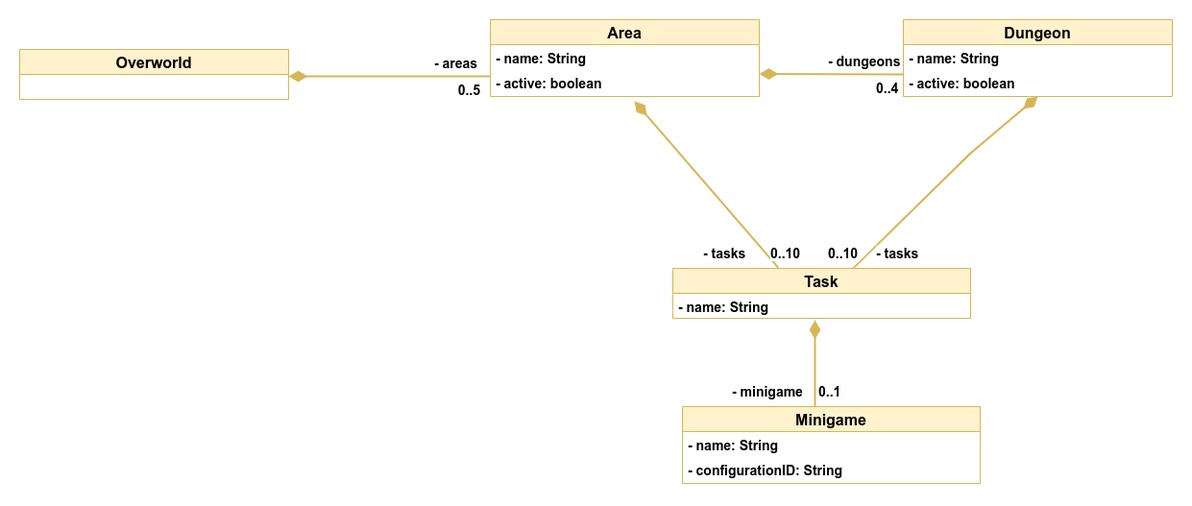
Before: dev-manuals/services/overworld/class-diagram/overworld-class-diagram.png, a diagram exported from draw.io (Gamify-IT/docs). Source tidied: cells renumbered, new cells last; positions are measured from the earlier drawing's top-left corner, leaving out a move shared by most shapes.
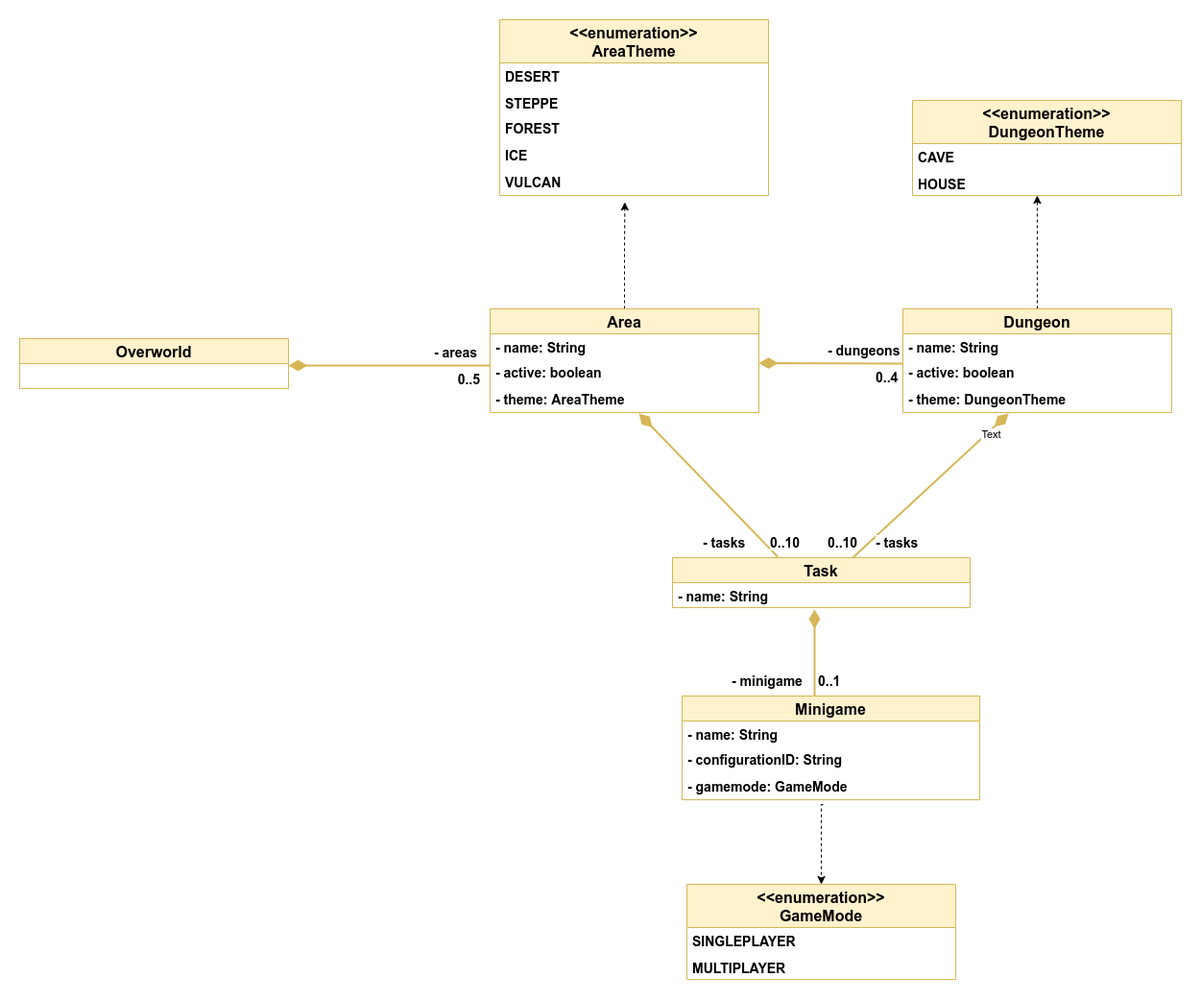
The same diagram one commit later.

Commit message:
added themes of area and dungeon and gamemode of minigame as enum

Diff of the diagram source:
```diff
@@ -5,8 +5,13 @@
     <mxCell id="2" value="Overworld" style="swimlane;fontStyle=1;horizontal=1;startSize=26;fillColor=#fff2cc;strokeColor=#d6b656;fontSize=16;" parent="1" vertex="1">
       <mxGeometry y="31" width="280" height="52" as="geometry" />
     </mxCell>
+    <mxCell id="30" style="edgeStyle=orthogonalEdgeStyle;rounded=0;jettySize=auto;html=1;exitX=0.5;exitY=0;exitDx=0;exitDy=0;dashed=1;" parent="1" edge="1" source="3">
+      <mxGeometry relative="1" as="geometry">
+        <mxPoint x="630.3" y="-111" as="targetPoint" />
+      </mxGeometry>
+    </mxCell>
     <mxCell id="3" value="Area" style="swimlane;fontStyle=1;horizontal=1;startSize=26;fillColor=#fff2cc;strokeColor=#d6b656;fontSize=16;" parent="1" vertex="1">
-      <mxGeometry x="490" width="280" height="80" as="geometry" />
+      <mxGeometry x="490" width="280" height="108" as="geometry" />
     </mxCell>
     <mxCell id="4" value="- name: String " style="text;strokeColor=none;fillColor=none;align=left;verticalAlign=top;spacingLeft=4;spacingRight=4;overflow=hidden;fontStyle=1;fontSize=14;" parent="3" vertex="1">
       <mxGeometry y="26" width="280" height="26" as="geometry" />
@@ -14,6 +19,9 @@
     <mxCell id="5" value="- active: boolean" style="text;strokeColor=none;fillColor=none;align=left;verticalAlign=top;spacingLeft=4;spacingRight=4;overflow=hidden;points=[[0,0.5],[1,0.5]];portConstraint=eastwest;fontStyle=1;fontSize=14;" parent="3" vertex="1">
       <mxGeometry y="52" width="280" height="28" as="geometry" />
     </mxCell>
+    <mxCell id="31" value="- theme: AreaTheme" style="text;strokeColor=none;fillColor=none;align=left;verticalAlign=top;spacingLeft=4;spacingRight=4;overflow=hidden;points=[[0,0.5],[1,0.5]];portConstraint=eastwest;fontStyle=1;fontSize=14;" parent="3" vertex="1">
+      <mxGeometry y="80" width="280" height="28" as="geometry" />
+    </mxCell>
     <mxCell id="6" value="0..5" style="html=1;align=right;verticalAlign=top;labelBackgroundColor=#ffffff;fontSize=14;fontStyle=1;" parent="1" vertex="1">
       <mxGeometry x="480" y="59" as="geometry" />
     </mxCell>
@@ -26,8 +34,11 @@
         </Array>
       </mxGeometry>
     </mxCell>
+    <mxCell id="32" style="edgeStyle=orthogonalEdgeStyle;rounded=0;jettySize=auto;html=1;dashed=1;entryX=0.464;entryY=1;entryDx=0;entryDy=0;entryPerimeter=0;" parent="1" edge="1" source="8" target="44">
+      <mxGeometry relative="1" as="geometry" />
+    </mxCell>
     <mxCell id="8" value="Dungeon" style="swimlane;fontStyle=1;horizontal=1;startSize=26;fillColor=#fff2cc;strokeColor=#d6b656;fontSize=16;" parent="1" vertex="1">
-      <mxGeometry x="920" width="280" height="80" as="geometry" />
+      <mxGeometry x="920" width="280" height="108" as="geometry" />
     </mxCell>
     <mxCell id="9" value="- name: String " style="text;strokeColor=none;fillColor=none;align=left;verticalAlign=top;spacingLeft=4;spacingRight=4;overflow=hidden;fontStyle=1;fontSize=14;" parent="8" vertex="1">
       <mxGeometry y="26" width="280" height="26" as="geometry" />
@@ -35,6 +46,9 @@
     <mxCell id="10" value="- active: boolean" style="text;strokeColor=none;fillColor=none;align=left;verticalAlign=top;spacingLeft=4;spacingRight=4;overflow=hidden;fontStyle=1;fontSize=14;" parent="8" vertex="1">
       <mxGeometry y="52" width="280" height="28" as="geometry" />
     </mxCell>
+    <mxCell id="33" value="- theme: DungeonTheme" style="text;strokeColor=none;fillColor=none;align=left;verticalAlign=top;spacingLeft=4;spacingRight=4;overflow=hidden;fontStyle=1;fontSize=14;" parent="8" vertex="1">
+      <mxGeometry y="80" width="280" height="28" as="geometry" />
+    </mxCell>
     <mxCell id="11" style="endArrow=none;html=1;endSize=12;startArrow=diamondThin;startSize=14;startFill=1;strokeWidth=2;fontSize=14;fillColor=#fff2cc;strokeColor=#d6b656;endFill=0;fontStyle=1;rounded=0;" parent="1" edge="1">
       <mxGeometry relative="1" as="geometry">
         <mxPoint x="770" y="56.5" as="sourcePoint" />
@@ -61,17 +75,17 @@
     <mxCell id="17" value="- name: String " style="text;strokeColor=none;fillColor=none;align=left;verticalAlign=top;spacingLeft=4;spacingRight=4;overflow=hidden;fontStyle=1;fontSize=14;" parent="16" vertex="1">
       <mxGeometry y="26" width="310" height="26" as="geometry" />
     </mxCell>
-    <mxCell id="18" style="endArrow=none;html=1;endSize=12;startArrow=diamondThin;startSize=14;startFill=1;strokeWidth=2;fontSize=14;fillColor=#fff2cc;strokeColor=#d6b656;endFill=0;fontStyle=1;rounded=0;entryX=0.354;entryY=-0.015;entryDx=0;entryDy=0;exitX=0.536;exitY=1.179;exitDx=0;exitDy=0;exitPerimeter=0;entryPerimeter=0;" parent="1" edge="1" source="5" target="16">
+    <mxCell id="18" style="endArrow=none;html=1;endSize=12;startArrow=diamondThin;startSize=14;startFill=1;strokeWidth=2;fontSize=14;fillColor=#fff2cc;strokeColor=#d6b656;endFill=0;fontStyle=1;rounded=0;entryX=0.354;entryY=-0.015;entryDx=0;entryDy=0;exitX=0.554;exitY=1.036;exitDx=0;exitDy=0;exitPerimeter=0;entryPerimeter=0;" parent="1" edge="1" source="31" target="16">
       <mxGeometry relative="1" as="geometry" />
     </mxCell>
-    <mxCell id="19" style="endArrow=none;html=1;endSize=12;startArrow=diamondThin;startSize=14;startFill=1;strokeWidth=2;fontSize=14;fillColor=#fff2cc;strokeColor=#d6b656;endFill=0;fontStyle=1;rounded=0;entryX=0.607;entryY=-0.007;entryDx=0;entryDy=0;exitX=1;exitY=0;exitDx=0;exitDy=0;entryPerimeter=0;" parent="1" edge="1" target="16">
+    <mxCell id="19" style="endArrow=none;html=1;endSize=12;startArrow=diamondThin;startSize=14;startFill=1;strokeWidth=2;fontSize=14;fillColor=#fff2cc;strokeColor=#d6b656;endFill=0;fontStyle=1;rounded=0;entryX=0.607;entryY=-0.007;entryDx=0;entryDy=0;entryPerimeter=0;" parent="1" edge="1" target="16">
       <mxGeometry relative="1" as="geometry">
-        <mxPoint x="1060" y="80" as="sourcePoint" />
-        <Array as="points">
-          <mxPoint x="990" y="139" />
-        </Array>
+        <mxPoint x="1030" y="109" as="sourcePoint" />
       </mxGeometry>
     </mxCell>
+    <mxCell id="34" value="Text" style="edgeLabel;html=1;align=center;verticalAlign=middle;" parent="19" vertex="1">
+      <mxGeometry x="-0.74" y="3" relative="1" as="geometry" />
+    </mxCell>
     <mxCell id="20" value="&lt;span style=&quot;color: rgb(0 , 0 , 0) ; font-family: &amp;#34;helvetica&amp;#34; ; font-size: 14px ; font-style: normal ; font-weight: 700 ; letter-spacing: normal ; text-align: right ; text-indent: 0px ; text-transform: none ; word-spacing: 0px ; background-color: rgb(255 , 255 , 255) ; display: inline ; float: none&quot;&gt;- tasks&lt;/span&gt;" style="text;whiteSpace=wrap;html=1;" parent="1" vertex="1">
       <mxGeometry x="710" y="229" width="120" height="30" as="geometry" />
     </mxCell>
@@ -82,7 +96,7 @@
       <mxGeometry x="840" y="229" as="geometry" />
     </mxCell>
     <mxCell id="23" value="Minigame" style="swimlane;fontStyle=1;horizontal=1;startSize=26;fillColor=#fff2cc;strokeColor=#d6b656;fontSize=16;" parent="1" vertex="1">
-      <mxGeometry x="690" y="403" width="310" height="80" as="geometry" />
+      <mxGeometry x="690" y="403" width="310" height="108" as="geometry" />
     </mxCell>
     <mxCell id="24" value="- name: String" style="text;strokeColor=none;fillColor=none;align=left;verticalAlign=top;spacingLeft=4;spacingRight=4;overflow=hidden;fontStyle=1;fontSize=14;" parent="23" vertex="1">
       <mxGeometry y="26" width="310" height="26" as="geometry" />
@@ -90,6 +104,9 @@
     <mxCell id="25" value="- configurationID: String" style="text;strokeColor=none;fillColor=none;align=left;verticalAlign=top;spacingLeft=4;spacingRight=4;overflow=hidden;fontStyle=1;fontSize=14;" parent="23" vertex="1">
       <mxGeometry y="52" width="310" height="28" as="geometry" />
     </mxCell>
+    <mxCell id="35" value="- gamemode: GameMode" style="text;strokeColor=none;fillColor=none;align=left;verticalAlign=top;spacingLeft=4;spacingRight=4;overflow=hidden;points=[[0,0.5],[1,0.5]];portConstraint=eastwest;fontStyle=1;fontSize=14;" parent="23" vertex="1">
+      <mxGeometry y="80" width="310" height="28" as="geometry" />
+    </mxCell>
     <mxCell id="26" style="endArrow=none;html=1;endSize=12;startArrow=diamondThin;startSize=14;startFill=1;strokeWidth=2;fontSize=14;fillColor=#fff2cc;strokeColor=#d6b656;endFill=0;fontStyle=1;rounded=0;entryX=0.607;entryY=-0.007;entryDx=0;entryDy=0;entryPerimeter=0;" parent="1" edge="1">
       <mxGeometry relative="1" as="geometry">
         <mxPoint x="828" y="313" as="sourcePoint" />
@@ -105,5 +122,48 @@
     <mxCell id="29" value="&lt;meta charset=&quot;utf-8&quot;&gt;&lt;span style=&quot;color: rgb(0, 0, 0); font-family: helvetica; font-size: 14px; font-style: normal; font-weight: 700; letter-spacing: normal; text-align: right; text-indent: 0px; text-transform: none; word-spacing: 0px; background-color: rgb(255, 255, 255); display: inline; float: none;&quot;&gt;- tasks&lt;/span&gt;" style="text;whiteSpace=wrap;html=1;" parent="1" vertex="1">
       <mxGeometry x="890" y="229" width="70" height="30" as="geometry" />
     </mxCell>
+    <mxCell id="36" value="&lt;&lt;enumeration&gt;&gt;&#10;AreaTheme" style="swimlane;fontStyle=1;horizontal=1;startSize=45;fillColor=#fff2cc;strokeColor=#d6b656;fontSize=16;strokeWidth=1;fixDash=0;arcSize=15;" parent="1" vertex="1">
+      <mxGeometry x="500" y="-301" width="280" height="183" as="geometry" />
+    </mxCell>
+    <mxCell id="37" value="DESERT" style="text;strokeColor=none;fillColor=none;align=left;verticalAlign=top;spacingLeft=4;spacingRight=4;overflow=hidden;fontStyle=1;fontSize=14;" parent="36" vertex="1">
+      <mxGeometry y="45" width="280" height="28" as="geometry" />
+    </mxCell>
+    <mxCell id="38" value="STEPPE" style="text;strokeColor=none;fillColor=none;align=left;verticalAlign=top;spacingLeft=4;spacingRight=4;overflow=hidden;fontStyle=1;fontSize=14;" parent="36" vertex="1">
+      <mxGeometry y="73" width="280" height="26" as="geometry" />
+    </mxCell>
+    <mxCell id="39" value="FOREST" style="text;strokeColor=none;fillColor=none;align=left;verticalAlign=top;spacingLeft=4;spacingRight=4;overflow=hidden;fontStyle=1;fontSize=14;" parent="36" vertex="1">
+      <mxGeometry y="99" width="280" height="28" as="geometry" />
+    </mxCell>
+    <mxCell id="40" value="ICE" style="text;strokeColor=none;fillColor=none;align=left;verticalAlign=top;spacingLeft=4;spacingRight=4;overflow=hidden;fontStyle=1;fontSize=14;" parent="36" vertex="1">
+      <mxGeometry y="127" width="280" height="28" as="geometry" />
+    </mxCell>
+    <mxCell id="41" value="VULCAN" style="text;strokeColor=none;fillColor=none;align=left;verticalAlign=top;spacingLeft=4;spacingRight=4;overflow=hidden;fontStyle=1;fontSize=14;" parent="36" vertex="1">
+      <mxGeometry y="155" width="280" height="28" as="geometry" />
+    </mxCell>
+    <mxCell id="42" value="&lt;&lt;enumeration&gt;&gt;&#10;DungeonTheme" style="swimlane;fontStyle=1;horizontal=1;startSize=45;fillColor=#fff2cc;strokeColor=#d6b656;fontSize=16;strokeWidth=1;fixDash=0;arcSize=15;" parent="1" vertex="1">
+      <mxGeometry x="930" y="-217" width="280" height="99" as="geometry" />
+    </mxCell>
+    <mxCell id="43" value="CAVE" style="text;strokeColor=none;fillColor=none;align=left;verticalAlign=top;spacingLeft=4;spacingRight=4;overflow=hidden;fontStyle=1;fontSize=14;" parent="42" vertex="1">
+      <mxGeometry y="45" width="280" height="28" as="geometry" />
+    </mxCell>
+    <mxCell id="44" value="HOUSE" style="text;strokeColor=none;fillColor=none;align=left;verticalAlign=top;spacingLeft=4;spacingRight=4;overflow=hidden;points=[[0,0.5],[1,0.5]];portConstraint=eastwest;fontStyle=1;fontSize=14;" parent="42" vertex="1">
+      <mxGeometry y="73" width="280" height="26" as="geometry" />
+    </mxCell>
+    <mxCell id="45" value="&lt;&lt;enumeration&gt;&gt;&#10;GameMode" style="swimlane;fontStyle=1;horizontal=1;startSize=45;fillColor=#fff2cc;strokeColor=#d6b656;fontSize=16;strokeWidth=1;fixDash=0;arcSize=15;" parent="1" vertex="1">
+      <mxGeometry x="695" y="599" width="280" height="99" as="geometry" />
+    </mxCell>
+    <mxCell id="46" value="SINGLEPLAYER" style="text;strokeColor=none;fillColor=none;align=left;verticalAlign=top;spacingLeft=4;spacingRight=4;overflow=hidden;fontStyle=1;fontSize=14;" parent="45" vertex="1">
+      <mxGeometry y="45" width="280" height="28" as="geometry" />
+    </mxCell>
+    <mxCell id="47" value="MULTIPLAYER" style="text;strokeColor=none;fillColor=none;align=left;verticalAlign=top;spacingLeft=4;spacingRight=4;overflow=hidden;fontStyle=1;fontSize=14;" parent="45" vertex="1">
+      <mxGeometry y="73" width="280" height="26" as="geometry" />
+    </mxCell>
+    <mxCell id="48" style="edgeStyle=orthogonalEdgeStyle;rounded=0;jettySize=auto;html=1;dashed=1;entryX=0.5;entryY=0;entryDx=0;entryDy=0;exitX=0.474;exitY=1.179;exitDx=0;exitDy=0;exitPerimeter=0;" parent="1" edge="1" source="35" target="45">
+      <mxGeometry relative="1" as="geometry">
+        <Array as="points">
+          <mxPoint x="835" y="516" />
+        </Array>
+      </mxGeometry>
+    </mxCell>
   </root>
 </mxGraphModel>
```
